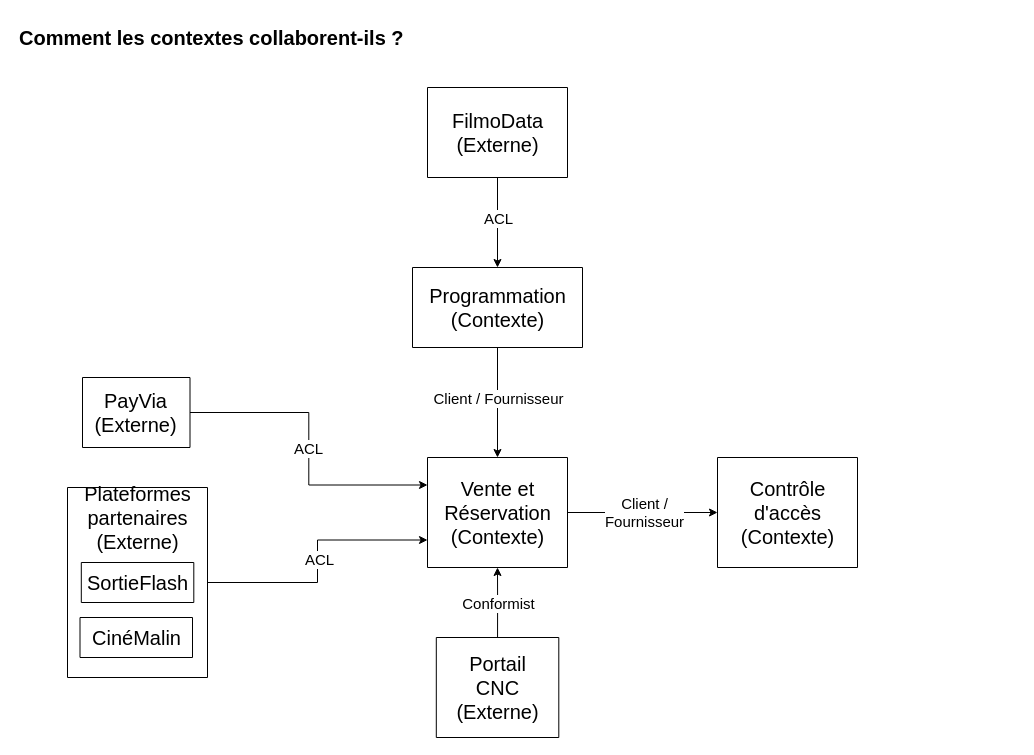
This is docs/diagrammes/2-context-map.drawio from Lucie005/ecrans-villeneuve-equipe1, a draw.io file, before an edit. Source tidied: cells renumbered, new cells numbered last; positions are measured from the earlier drawing's top-left corner, leaving out a move shared by most shapes. Both pictures are drawn from the tidied source at 100%, with x=0, y=0 at pixel (17, 17).
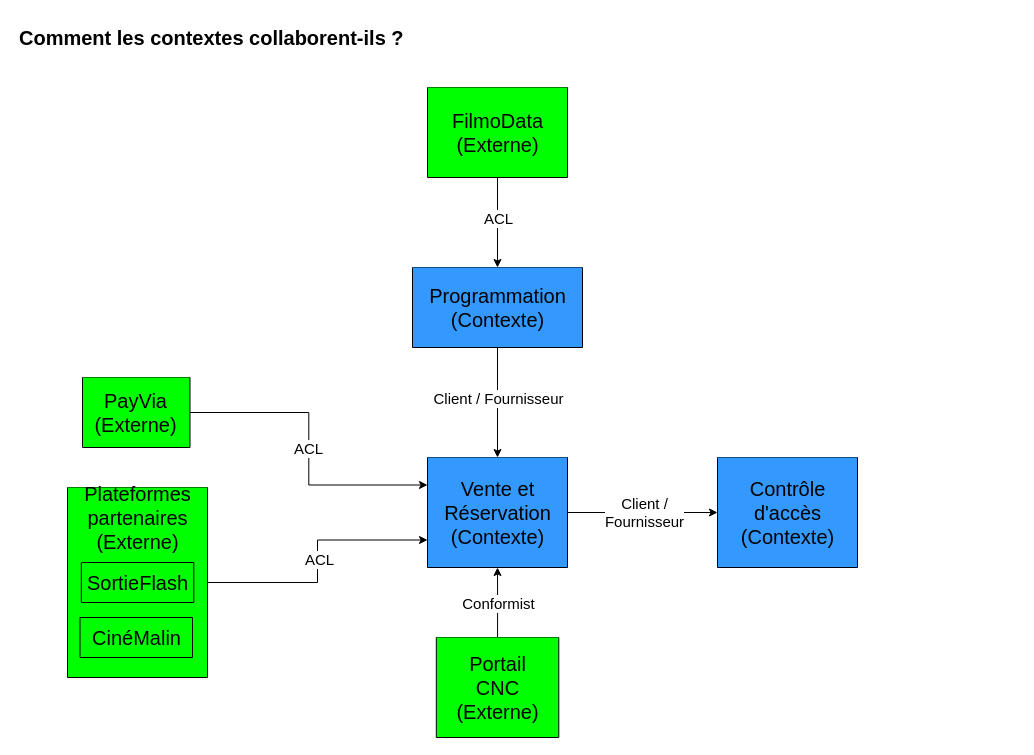
After the change.

Diff of the diagram source:
```diff
@@
-    <mxCell id="5" style="swimlane;startSize=0;" parent="1" vertex="1">
+    <mxCell id="5" style="swimlane;startSize=0;swimlaneFillColor=#3399FF;" parent="1" vertex="1">
       <mxGeometry x="410" y="440" width="140" height="110" as="geometry" />
     </mxCell>
@@
-    <mxCell id="7" style="swimlane;startSize=0;" parent="1" vertex="1">
+    <mxCell id="7" style="swimlane;startSize=0;swimlaneFillColor=#3399FF;" parent="1" vertex="1">
       <mxGeometry x="700" y="440" width="140" height="110" as="geometry" />
     </mxCell>
@@
-    <mxCell id="11" style="swimlane;startSize=0;" parent="1" vertex="1">
+    <mxCell id="11" style="swimlane;startSize=0;swimlaneFillColor=#00FF00;" parent="1" vertex="1">
       <mxGeometry x="418.8" y="620" width="122.5" height="100" as="geometry" />
     </mxCell>
@@
-    <mxCell id="15" style="swimlane;startSize=0;" parent="1" vertex="1">
+    <mxCell id="15" style="swimlane;startSize=0;swimlaneFillColor=#00FF00;" parent="1" vertex="1">
       <mxGeometry x="65" y="360" width="107.5" height="70" as="geometry" />
     </mxCell>
@@
-    <mxCell id="19" style="swimlane;startSize=0;" parent="1" vertex="1">
+    <mxCell id="19" style="swimlane;startSize=0;swimlaneFillColor=#00FF00;" parent="1" vertex="1">
       <mxGeometry x="50" y="470" width="140" height="190" as="geometry" />
     </mxCell>
@@
-    <mxCell id="27" style="swimlane;startSize=0;" parent="1" vertex="1">
+    <mxCell id="27" style="swimlane;startSize=0;swimlaneFillColor=#3399FF;" parent="1" vertex="1">
       <mxGeometry x="395" y="250" width="170" height="80" as="geometry" />
     </mxCell>
@@
-    <mxCell id="29" style="swimlane;startSize=0;" parent="1" vertex="1">
+    <mxCell id="29" style="swimlane;startSize=0;swimlaneFillColor=#00FF00;" parent="1" vertex="1">
       <mxGeometry x="410" y="70" width="140" height="90" as="geometry" />
     </mxCell>
```
